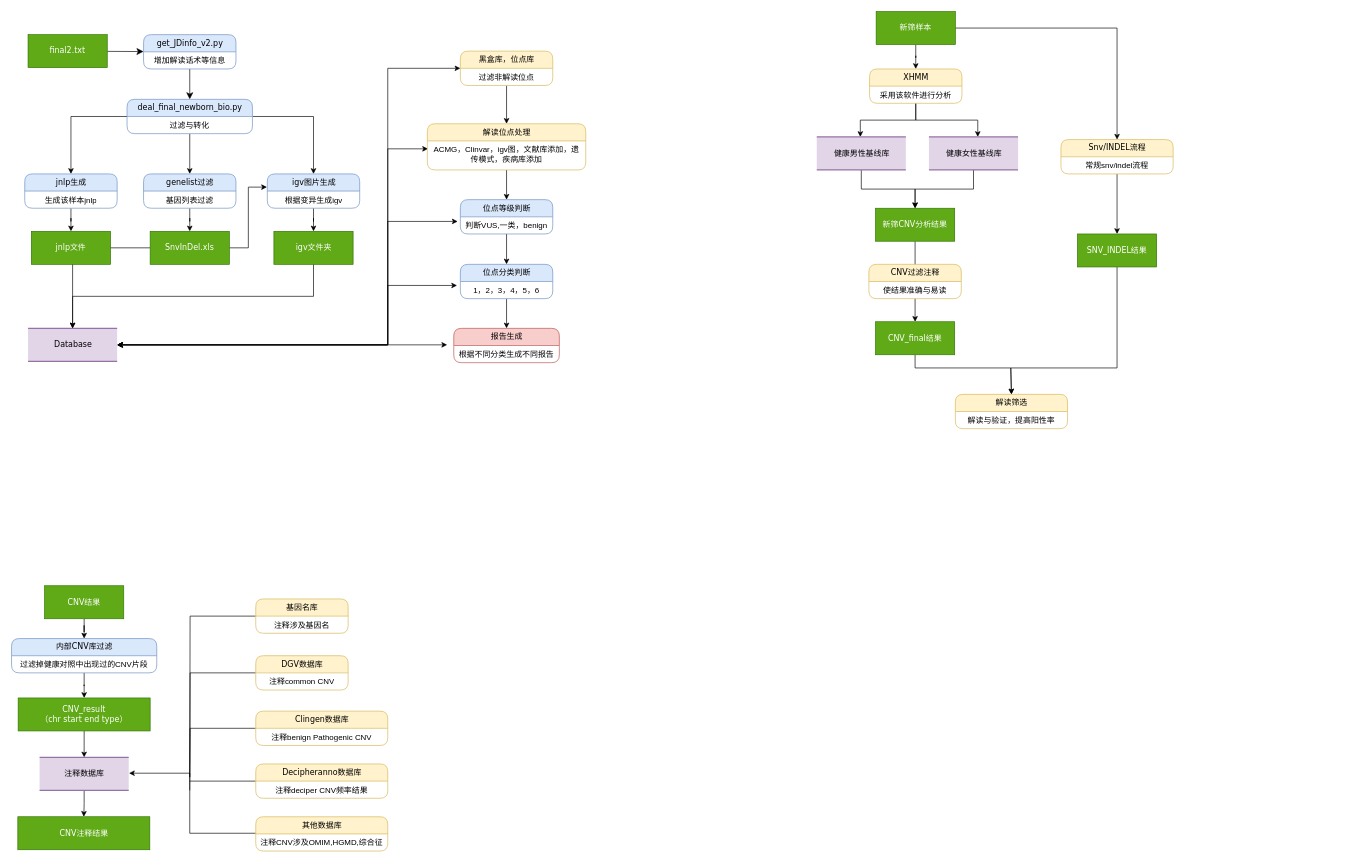
Earlier version of the draw.io diagram Untitled Diagram.drawio (kkshaxqd/pipline_contral). Source tidied: cells renumbered, new cells numbered last; positions are measured from the earlier drawing's top-left corner, leaving out a move shared by most shapes. Both pictures are drawn from the tidied source at 66%, with x=0, y=0 at pixel (11, 11).
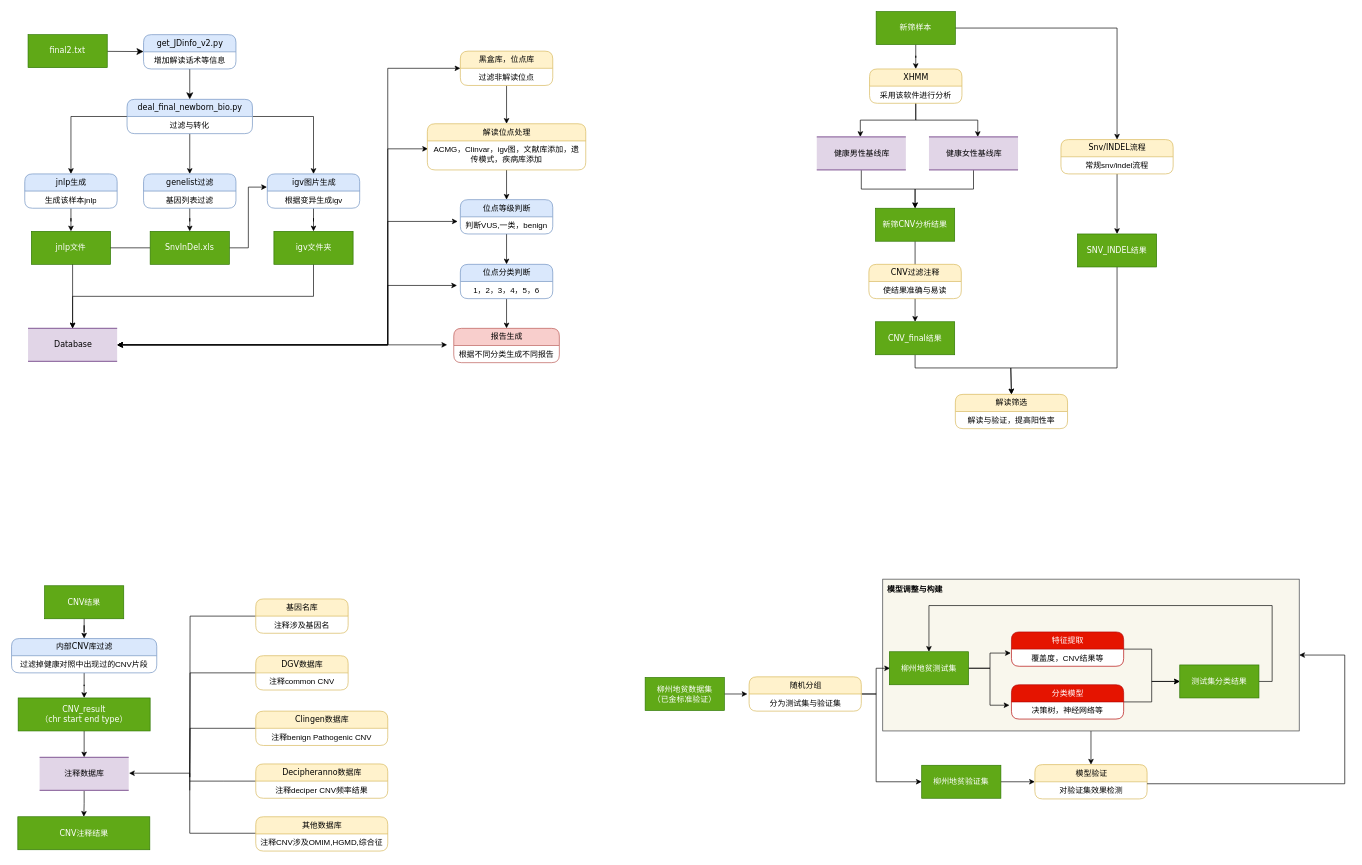
Above is the later version.

Diff of the diagram source:
```diff
@@
+    <mxCell id="96" style="edgeStyle=orthogonalEdgeStyle;rounded=0;jettySize=auto;html=1;entryX=0.5;entryY=0;entryDx=0;entryDy=0;startArrow=none;startFill=0;endArrow=classic;endFill=1;" parent="1" edge="1" source="97" target="118">
+      <mxGeometry relative="1" as="geometry" />
+    </mxCell>
+    <mxCell id="97" style="rounded=0;whiteSpace=wrap;html=1;fillColor=#f9f7ed;strokeColor=#36393d;" parent="1" vertex="1">
+      <mxGeometry x="1320" y="860" width="631" height="230" as="geometry" />
+    </mxCell>
@@
+    <mxCell id="98" style="edgeStyle=orthogonalEdgeStyle;rounded=0;jettySize=auto;html=1;exitX=1;exitY=0.5;exitDx=0;exitDy=0;entryX=-0.015;entryY=0;entryDx=0;entryDy=0;entryPerimeter=0;startArrow=none;startFill=0;endArrow=classic;endFill=1;" parent="1" edge="1" source="99" target="103">
+      <mxGeometry relative="1" as="geometry" />
+    </mxCell>
+    <mxCell id="99" value="柳州地贫数据集&lt;br&gt;（已金标准验证）" style="whiteSpace=wrap;html=1;rounded=0;shadow=0;comic=0;labelBackgroundColor=none;strokeColor=#2D7600;strokeWidth=1;fillColor=#60a917;fontFamily=Verdana;fontSize=12;fontColor=#ffffff;align=center;" parent="1" vertex="1">
+      <mxGeometry x="960" y="1009" width="120" height="50" as="geometry" />
+    </mxCell>
+    <mxCell id="100" style="edgeStyle=orthogonalEdgeStyle;rounded=0;orthogonalLoop=1;jettySize=auto;html=1;startArrow=none;startFill=0;endArrow=classic;endFill=1;" parent="1" edge="1">
+      <mxGeometry relative="1" as="geometry">
+        <mxPoint x="1288.5" y="1034" as="sourcePoint" />
+        <mxPoint x="1331" y="995" as="targetPoint" />
+        <Array as="points">
+          <mxPoint x="1310" y="1034" />
+          <mxPoint x="1310" y="995" />
+        </Array>
+      </mxGeometry>
+    </mxCell>
+    <mxCell id="101" style="edgeStyle=orthogonalEdgeStyle;rounded=0;jettySize=auto;html=1;entryX=0;entryY=0.5;entryDx=0;entryDy=0;startArrow=none;startFill=0;endArrow=classic;endFill=1;" parent="1" edge="1" source="102" target="114">
+      <mxGeometry relative="1" as="geometry">
+        <Array as="points">
+          <mxPoint x="1310" y="1034" />
+          <mxPoint x="1310" y="1167" />
+        </Array>
+      </mxGeometry>
+    </mxCell>
+    <mxCell id="102" value="随机分组" style="swimlane;html=1;fontStyle=0;horizontal=1;startSize=26;fillColor=#fff2cc;swimlaneFillColor=#ffffff;align=center;rounded=1;shadow=0;comic=0;labelBackgroundColor=none;strokeColor=#d6b656;strokeWidth=1;fontFamily=Verdana;fontSize=12;" parent="1" vertex="1">
+      <mxGeometry x="1117.5" y="1008" width="170" height="52" as="geometry" />
+    </mxCell>
+    <mxCell id="103" value="分为测试集与验证集" style="text;html=1;strokeColor=none;fillColor=none;spacingLeft=4;spacingRight=4;whiteSpace=wrap;overflow=hidden;points=[[0,0.5],[1,0.5]];portConstraint=eastwest;align=center;" parent="102" vertex="1">
+      <mxGeometry y="26" width="170" height="26" as="geometry" />
+    </mxCell>
+    <mxCell id="104" style="edgeStyle=orthogonalEdgeStyle;rounded=0;jettySize=auto;html=1;exitX=1;exitY=0.5;exitDx=0;exitDy=0;entryX=-0.006;entryY=0.231;entryDx=0;entryDy=0;entryPerimeter=0;startArrow=none;startFill=0;endArrow=classic;endFill=1;" parent="1" edge="1" source="106" target="109">
+      <mxGeometry relative="1" as="geometry" />
+    </mxCell>
+    <mxCell id="105" style="edgeStyle=orthogonalEdgeStyle;rounded=0;jettySize=auto;html=1;exitX=1;exitY=0.5;exitDx=0;exitDy=0;entryX=-0.018;entryY=0.192;entryDx=0;entryDy=0;entryPerimeter=0;startArrow=none;startFill=0;endArrow=classic;endFill=1;" parent="1" edge="1" source="106" target="112">
+      <mxGeometry relative="1" as="geometry" />
+    </mxCell>
+    <mxCell id="106" value="柳州地贫测试集" style="whiteSpace=wrap;html=1;rounded=0;shadow=0;comic=0;labelBackgroundColor=none;strokeColor=#2D7600;strokeWidth=1;fillColor=#60a917;fontFamily=Verdana;fontSize=12;fontColor=#ffffff;align=center;" parent="1" vertex="1">
+      <mxGeometry x="1330" y="970" width="120" height="50" as="geometry" />
+    </mxCell>
+    <mxCell id="107" style="edgeStyle=orthogonalEdgeStyle;rounded=0;jettySize=auto;html=1;entryX=0;entryY=0.5;entryDx=0;entryDy=0;startArrow=none;startFill=0;endArrow=classic;endFill=1;" parent="1" edge="1" source="108" target="116">
+      <mxGeometry relative="1" as="geometry" />
+    </mxCell>
+    <mxCell id="108" value="特征提取" style="swimlane;html=1;fontStyle=0;horizontal=1;startSize=26;fillColor=#e51400;swimlaneFillColor=#ffffff;align=center;rounded=1;shadow=0;comic=0;labelBackgroundColor=none;strokeColor=#B20000;strokeWidth=1;fontFamily=Verdana;fontSize=12;fontColor=#ffffff;" parent="1" vertex="1">
+      <mxGeometry x="1515" y="940" width="170" height="52" as="geometry" />
+    </mxCell>
+    <mxCell id="109" value="覆盖度，CNV结果等" style="text;html=1;strokeColor=none;fillColor=none;spacingLeft=4;spacingRight=4;whiteSpace=wrap;overflow=hidden;points=[[0,0.5],[1,0.5]];portConstraint=eastwest;align=center;" parent="108" vertex="1">
+      <mxGeometry y="26" width="170" height="26" as="geometry" />
+    </mxCell>
+    <mxCell id="110" style="edgeStyle=orthogonalEdgeStyle;rounded=0;jettySize=auto;html=1;startArrow=none;startFill=0;endArrow=classic;endFill=1;" parent="1" edge="1" source="111" target="116">
+      <mxGeometry relative="1" as="geometry" />
+    </mxCell>
+    <mxCell id="111" value="分类模型" style="swimlane;html=1;fontStyle=0;horizontal=1;startSize=26;fillColor=#e51400;swimlaneFillColor=#ffffff;align=center;rounded=1;shadow=0;comic=0;labelBackgroundColor=none;strokeColor=#B20000;strokeWidth=1;fontFamily=Verdana;fontSize=12;fontColor=#ffffff;" parent="1" vertex="1">
+      <mxGeometry x="1515" y="1020" width="170" height="52" as="geometry" />
+    </mxCell>
+    <mxCell id="112" value="决策树，神经网络等" style="text;html=1;strokeColor=none;fillColor=none;spacingLeft=4;spacingRight=4;whiteSpace=wrap;overflow=hidden;points=[[0,0.5],[1,0.5]];portConstraint=eastwest;align=center;" parent="111" vertex="1">
+      <mxGeometry y="26" width="170" height="26" as="geometry" />
+    </mxCell>
+    <mxCell id="113" style="edgeStyle=orthogonalEdgeStyle;rounded=0;jettySize=auto;html=1;startArrow=none;startFill=0;endArrow=classic;endFill=1;" parent="1" edge="1" source="114" target="118">
+      <mxGeometry relative="1" as="geometry" />
+    </mxCell>
+    <mxCell id="114" value="柳州地贫验证集" style="whiteSpace=wrap;html=1;rounded=0;shadow=0;comic=0;labelBackgroundColor=none;strokeColor=#2D7600;strokeWidth=1;fillColor=#60a917;fontFamily=Verdana;fontSize=12;fontColor=#ffffff;align=center;" parent="1" vertex="1">
+      <mxGeometry x="1379" y="1142" width="120" height="50" as="geometry" />
+    </mxCell>
+    <mxCell id="115" style="edgeStyle=orthogonalEdgeStyle;rounded=0;jettySize=auto;html=1;exitX=1;exitY=0.5;exitDx=0;exitDy=0;entryX=0.5;entryY=0;entryDx=0;entryDy=0;startArrow=none;startFill=0;endArrow=classic;endFill=1;" parent="1" edge="1" source="116" target="106">
+      <mxGeometry relative="1" as="geometry">
+        <Array as="points">
+          <mxPoint x="1910" y="1015" />
+          <mxPoint x="1910" y="900" />
+          <mxPoint x="1390" y="900" />
+        </Array>
+      </mxGeometry>
+    </mxCell>
+    <mxCell id="116" value="测试集分类结果" style="whiteSpace=wrap;html=1;rounded=0;shadow=0;comic=0;labelBackgroundColor=none;strokeColor=#2D7600;strokeWidth=1;fillColor=#60a917;fontFamily=Verdana;fontSize=12;fontColor=#ffffff;align=center;" parent="1" vertex="1">
+      <mxGeometry x="1770" y="990" width="120" height="50" as="geometry" />
+    </mxCell>
+    <mxCell id="117" value="模型调整与构建" style="text;html=1;strokeColor=none;fillColor=none;align=center;verticalAlign=middle;whiteSpace=wrap;rounded=0;fontStyle=1;" parent="1" vertex="1">
+      <mxGeometry x="1309" y="866" width="120" height="20" as="geometry" />
+    </mxCell>
+    <mxCell id="118" value="模型验证" style="swimlane;html=1;fontStyle=0;horizontal=1;startSize=26;fillColor=#fff2cc;swimlaneFillColor=#ffffff;align=center;rounded=1;shadow=0;comic=0;labelBackgroundColor=none;strokeColor=#d6b656;strokeWidth=1;fontFamily=Verdana;fontSize=12;" parent="1" vertex="1">
+      <mxGeometry x="1550.5" y="1141" width="170" height="52" as="geometry" />
+    </mxCell>
+    <mxCell id="119" value="对验证集效果检测" style="text;html=1;strokeColor=none;fillColor=none;spacingLeft=4;spacingRight=4;whiteSpace=wrap;overflow=hidden;points=[[0,0.5],[1,0.5]];portConstraint=eastwest;align=center;" parent="118" vertex="1">
+      <mxGeometry y="26" width="170" height="26" as="geometry" />
+    </mxCell>
+    <mxCell id="120" style="edgeStyle=orthogonalEdgeStyle;rounded=0;jettySize=auto;html=1;entryX=1;entryY=0.5;entryDx=0;entryDy=0;startArrow=none;startFill=0;endArrow=classic;endFill=1;" parent="1" edge="1" source="119" target="97">
+      <mxGeometry relative="1" as="geometry">
+        <Array as="points">
+          <mxPoint x="2020" y="1170" />
+          <mxPoint x="2020" y="975" />
+        </Array>
+      </mxGeometry>
+    </mxCell>
```
